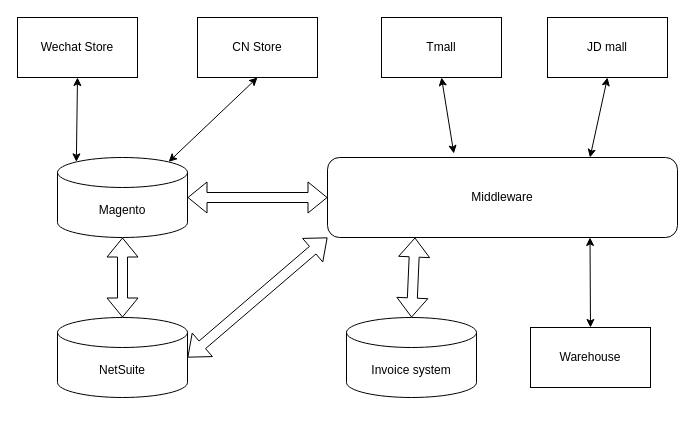
This is page "Page-1" (1 of 2) of Untitled Diagram.drawio from at99/Snap.svg, a draw.io file, before an edit. Source tidied: cells renumbered, new cells numbered last; positions are measured from the earlier drawing's top-left corner, leaving out a move shared by most shapes. Both pictures are drawn from the tidied source at 100%, with x=0, y=0 at pixel (17, 17).
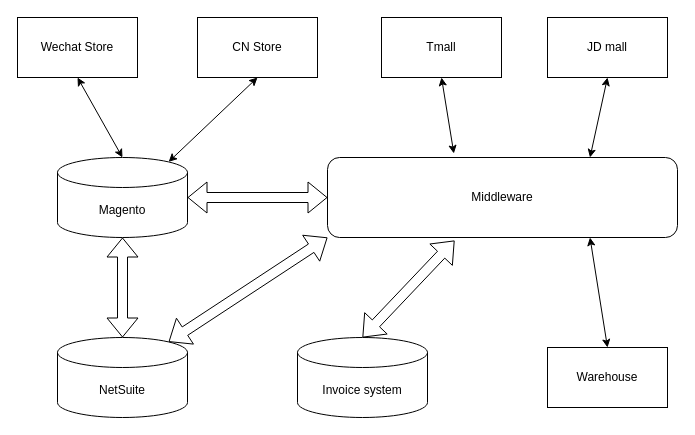
The same diagram, later.

What changed in the source:
```diff
@@
 <mxGraphModel>
   <root>
     <mxCell id="0" />
     <mxCell id="1" parent="0" />
     <mxCell id="2" value="Magento" style="shape=cylinder3;whiteSpace=wrap;html=1;boundedLbl=1;backgroundOutline=1;size=15;" parent="1" vertex="1">
       <mxGeometry x="40" y="140" width="130" height="80" as="geometry" />
     </mxCell>
     <mxCell id="3" value="CN Store" style="rounded=0;whiteSpace=wrap;html=1;" parent="1" vertex="1">
       <mxGeometry x="180" width="120" height="60" as="geometry" />
     </mxCell>
     <mxCell id="4" value="Tmall" style="rounded=0;whiteSpace=wrap;html=1;" parent="1" vertex="1">
       <mxGeometry x="364" width="120" height="60" as="geometry" />
     </mxCell>
     <mxCell id="5" value="JD mall" style="rounded=0;whiteSpace=wrap;html=1;" parent="1" vertex="1">
       <mxGeometry x="530" width="120" height="60" as="geometry" />
     </mxCell>
     <mxCell id="6" value="Middleware" style="rounded=1;whiteSpace=wrap;html=1;" parent="1" vertex="1">
       <mxGeometry x="310" y="140" width="350" height="80" as="geometry" />
     </mxCell>
     <mxCell id="7" value="NetSuite" style="shape=cylinder3;whiteSpace=wrap;html=1;boundedLbl=1;backgroundOutline=1;size=15;" parent="1" vertex="1">
-      <mxGeometry x="40" y="300" width="130" height="80" as="geometry" />
+      <mxGeometry x="40" y="320" width="130" height="80" as="geometry" />
     </mxCell>
     <mxCell id="8" value="Wechat Store" style="rounded=0;whiteSpace=wrap;html=1;" parent="1" vertex="1">
       <mxGeometry width="120" height="60" as="geometry" />
     </mxCell>
     <mxCell id="9" style="endArrow=classic;startArrow=classic;html=1;entryX=0.5;entryY=1;entryDx=0;entryDy=0;exitX=0.855;exitY=0;exitDx=0;exitDy=4.35;exitPerimeter=0;" parent="1" edge="1" source="2" target="3">
       <mxGeometry relative="1" as="geometry" />
     </mxCell>
-    <mxCell id="10" style="endArrow=classic;startArrow=classic;html=1;exitX=0.145;exitY=0;exitDx=0;exitDy=4.35;exitPerimeter=0;entryX=0.5;entryY=1;entryDx=0;entryDy=0;" parent="1" edge="1" source="2" target="8">
+    <mxCell id="10" style="endArrow=classic;startArrow=classic;html=1;exitX=0.5;exitY=0;exitDx=0;exitDy=0;exitPerimeter=0;entryX=0.5;entryY=1;entryDx=0;entryDy=0;" parent="1" edge="1" source="2" target="8">
       <mxGeometry relative="1" as="geometry" />
     </mxCell>
     <mxCell id="11" style="shape=flexArrow;endArrow=classic;startArrow=classic;html=1;entryX=0;entryY=0.5;entryDx=0;entryDy=0;exitX=1;exitY=0.5;exitDx=0;exitDy=0;exitPerimeter=0;" parent="1" edge="1" source="2" target="6">
       <mxGeometry relative="1" as="geometry" />
     </mxCell>
     <mxCell id="12" style="shape=flexArrow;endArrow=classic;startArrow=classic;html=1;entryX=0.5;entryY=1;entryDx=0;entryDy=0;entryPerimeter=0;" parent="1" edge="1" source="7" target="2">
       <mxGeometry relative="1" as="geometry" />
     </mxCell>
-    <mxCell id="13" style="shape=flexArrow;endArrow=classic;startArrow=classic;html=1;entryX=0;entryY=1;entryDx=0;entryDy=0;exitX=1;exitY=0.5;exitDx=0;exitDy=0;exitPerimeter=0;" parent="1" edge="1" source="7" target="6">
+    <mxCell id="13" style="shape=flexArrow;endArrow=classic;startArrow=classic;html=1;entryX=0;entryY=1;entryDx=0;entryDy=0;exitX=0.855;exitY=0;exitDx=0;exitDy=4.35;exitPerimeter=0;" parent="1" edge="1" source="7" target="6">
       <mxGeometry relative="1" as="geometry" />
     </mxCell>
     <mxCell id="14" style="endArrow=classic;startArrow=classic;html=1;entryX=0.5;entryY=1;entryDx=0;entryDy=0;exitX=0.361;exitY=-0.05;exitDx=0;exitDy=0;exitPerimeter=0;" parent="1" edge="1" source="6" target="4">
       <mxGeometry relative="1" as="geometry" />
     </mxCell>
     <mxCell id="15" style="endArrow=classic;startArrow=classic;html=1;entryX=0.5;entryY=1;entryDx=0;entryDy=0;exitX=0.75;exitY=0;exitDx=0;exitDy=0;" parent="1" edge="1" source="6" target="5">
       <mxGeometry relative="1" as="geometry" />
     </mxCell>
     <mxCell id="16" value="Invoice system" style="shape=cylinder3;whiteSpace=wrap;html=1;boundedLbl=1;backgroundOutline=1;size=15;" parent="1" vertex="1">
-      <mxGeometry x="329" y="300" width="130" height="80" as="geometry" />
+      <mxGeometry x="280" y="320" width="130" height="80" as="geometry" />
     </mxCell>
-    <mxCell id="17" style="shape=flexArrow;endArrow=classic;startArrow=classic;html=1;entryX=0.25;entryY=1;entryDx=0;entryDy=0;exitX=0.5;exitY=0;exitDx=0;exitDy=0;exitPerimeter=0;" parent="1" edge="1" source="16" target="6">
+    <mxCell id="17" style="shape=flexArrow;endArrow=classic;startArrow=classic;html=1;entryX=0.363;entryY=1.038;entryDx=0;entryDy=0;exitX=0.5;exitY=0;exitDx=0;exitDy=0;exitPerimeter=0;entryPerimeter=0;" parent="1" edge="1" source="16" target="6">
       <mxGeometry relative="1" as="geometry" />
     </mxCell>
     <mxCell id="18" value="Warehouse" style="rounded=0;whiteSpace=wrap;html=1;" parent="1" vertex="1">
-      <mxGeometry x="513" y="310" width="120" height="60" as="geometry" />
+      <mxGeometry x="530" y="330" width="120" height="60" as="geometry" />
     </mxCell>
     <mxCell id="19" style="endArrow=classic;startArrow=classic;html=1;entryX=0.75;entryY=1;entryDx=0;entryDy=0;exitX=0.5;exitY=0;exitDx=0;exitDy=0;" parent="1" edge="1" source="18" target="6">
       <mxGeometry relative="1" as="geometry" />
     </mxCell>
   </root>
 </mxGraphModel>
```
